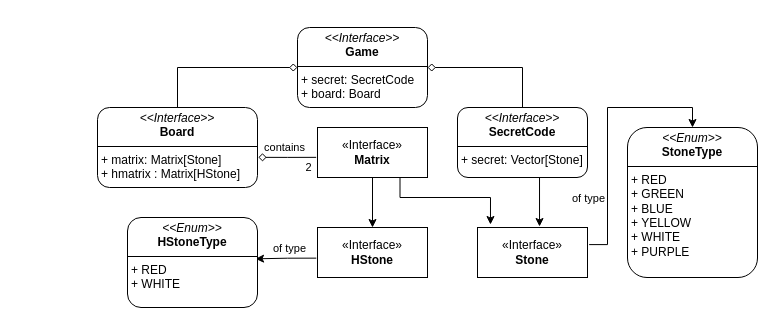
The draw.io diagram page "Pagina-1" (1 of 2) of mastermind.drawio in Totti00/PPS-22-mastermind, before the edit. Source tidied: cells renumbered, new cells numbered last; positions are measured from the earlier drawing's top-left corner, leaving out a move shared by most shapes. Both pictures are drawn from the tidied source at 100%, with x=0, y=0 at pixel (97, 27).
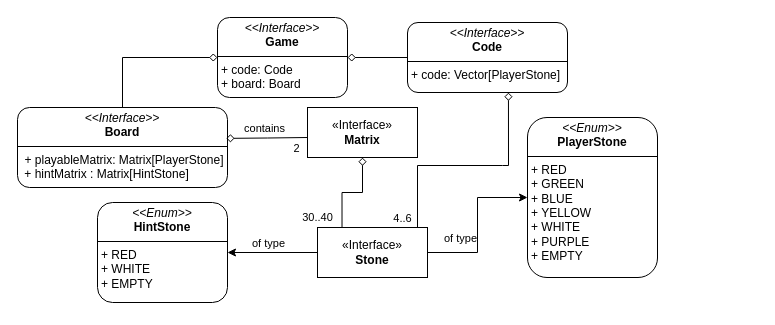
The same diagram, later.

Change to the diagram source:
```diff
@@
-    <mxCell id="2" value="&lt;p style=&quot;margin:0px;margin-top:4px;text-align:center;&quot;&gt;&lt;i&gt;&amp;lt;&amp;lt;Interface&amp;gt;&amp;gt;&lt;/i&gt;&lt;br&gt;&lt;b&gt;Game&lt;/b&gt;&lt;/p&gt;&lt;hr size=&quot;1&quot; style=&quot;border-style:solid;&quot;&gt;&lt;p style=&quot;margin:0px;margin-left:4px;&quot;&gt;+ secret: SecretCode&lt;br&gt;+ board: Board&lt;/p&gt;" style="verticalAlign=top;align=left;overflow=fill;html=1;whiteSpace=wrap;rounded=1;" parent="1" vertex="1">
-      <mxGeometry x="200" width="130" height="80" as="geometry" />
+    <mxCell id="2" value="&lt;p style=&quot;margin:0px;margin-top:4px;text-align:center;&quot;&gt;&lt;i&gt;&amp;lt;&amp;lt;Interface&amp;gt;&amp;gt;&lt;/i&gt;&lt;br&gt;&lt;b&gt;Game&lt;/b&gt;&lt;/p&gt;&lt;hr size=&quot;1&quot; style=&quot;border-style:solid;&quot;&gt;&lt;p style=&quot;margin:0px;margin-left:4px;&quot;&gt;+ code: Code&lt;br&gt;+ board: Board&lt;/p&gt;" style="verticalAlign=top;align=left;overflow=fill;html=1;whiteSpace=wrap;rounded=1;" parent="1" vertex="1">
+      <mxGeometry x="120" y="-10" width="130" height="80" as="geometry" />
     </mxCell>
-    <mxCell id="3" style="edgeStyle=orthogonalEdgeStyle;rounded=0;jettySize=auto;html=1;exitX=0.5;exitY=0;exitDx=0;exitDy=0;entryX=1;entryY=0.5;entryDx=0;entryDy=0;endArrow=diamond;endFill=0;" parent="1" edge="1" source="4" target="2">
+    <mxCell id="3" style="edgeStyle=orthogonalEdgeStyle;rounded=0;jettySize=auto;html=1;exitX=0;exitY=0.5;exitDx=0;exitDy=0;entryX=1;entryY=0.5;entryDx=0;entryDy=0;endArrow=diamond;endFill=0;" parent="1" edge="1" source="4" target="2">
       <mxGeometry relative="1" as="geometry" />
     </mxCell>
-    <mxCell id="4" value="&lt;p style=&quot;margin:0px;margin-top:4px;text-align:center;&quot;&gt;&lt;i&gt;&amp;lt;&amp;lt;Interface&amp;gt;&amp;gt;&lt;/i&gt;&lt;br&gt;&lt;b&gt;SecretCode&lt;/b&gt;&lt;/p&gt;&lt;hr size=&quot;1&quot; style=&quot;border-style:solid;&quot;&gt;&lt;p style=&quot;margin:0px;margin-left:4px;&quot;&gt;+ secret: Vector[Stone]&lt;br&gt;&lt;/p&gt;" style="verticalAlign=top;align=left;overflow=fill;html=1;whiteSpace=wrap;rounded=1;" parent="1" vertex="1">
-      <mxGeometry x="360" y="80" width="130" height="70" as="geometry" />
+    <mxCell id="4" value="&lt;p style=&quot;margin:0px;margin-top:4px;text-align:center;&quot;&gt;&lt;i&gt;&amp;lt;&amp;lt;Interface&amp;gt;&amp;gt;&lt;/i&gt;&lt;br&gt;&lt;b&gt;Code&lt;/b&gt;&lt;/p&gt;&lt;hr size=&quot;1&quot; style=&quot;border-style:solid;&quot;&gt;&lt;p style=&quot;margin:0px;margin-left:4px;&quot;&gt;+ code: Vector[PlayerStone]&lt;br&gt;&lt;/p&gt;" style="verticalAlign=top;align=left;overflow=fill;html=1;whiteSpace=wrap;rounded=1;" parent="1" vertex="1">
+      <mxGeometry x="310" y="-5" width="160" height="70" as="geometry" />
     </mxCell>
@@
-    <mxCell id="6" value="&lt;p style=&quot;margin:0px;margin-top:4px;text-align:center;&quot;&gt;&lt;i&gt;&amp;lt;&amp;lt;Interface&amp;gt;&amp;gt;&lt;/i&gt;&lt;br&gt;&lt;b&gt;Board&lt;/b&gt;&lt;/p&gt;&lt;hr size=&quot;1&quot; style=&quot;border-style:solid;&quot;&gt;&lt;p style=&quot;margin:0px;margin-left:4px;&quot;&gt;+ matrix: Matrix[Stone]&lt;br&gt;&lt;/p&gt;&lt;p style=&quot;margin:0px;margin-left:4px;&quot;&gt;+ hmatrix : Matrix[HStone]&lt;/p&gt;" style="verticalAlign=top;align=left;overflow=fill;html=1;whiteSpace=wrap;rounded=1;" parent="1" vertex="1">
-      <mxGeometry y="80" width="160" height="80" as="geometry" />
+    <mxCell id="6" value="&lt;p style=&quot;margin:0px;margin-top:4px;text-align:center;&quot;&gt;&lt;i&gt;&amp;lt;&amp;lt;Interface&amp;gt;&amp;gt;&lt;/i&gt;&lt;br&gt;&lt;b&gt;Board&lt;/b&gt;&lt;/p&gt;&lt;hr size=&quot;1&quot; style=&quot;border-style:solid;&quot;&gt;&lt;p style=&quot;text-align: center; margin: 0px 0px 0px 4px;&quot;&gt;+ playableMatrix: Matrix[PlayerStone]&lt;br&gt;&lt;/p&gt;&lt;p style=&quot;margin:0px;margin-left:4px;&quot;&gt;&amp;nbsp;+ hintMatrix : Matrix[HintStone]&lt;/p&gt;" style="verticalAlign=top;align=left;overflow=fill;html=1;whiteSpace=wrap;rounded=1;" parent="1" vertex="1">
+      <mxGeometry x="-80" y="80" width="210" height="80" as="geometry" />
     </mxCell>
-    <mxCell id="7" style="edgeStyle=orthogonalEdgeStyle;rounded=0;jettySize=auto;html=1;exitX=0.5;exitY=1;exitDx=0;exitDy=0;entryX=0.5;entryY=0;entryDx=0;entryDy=0;" parent="1" edge="1" source="9" target="12">
-      <mxGeometry relative="1" as="geometry">
-        <Array as="points">
-          <mxPoint x="275" y="150" />
-          <mxPoint x="275" y="230" />
-        </Array>
-      </mxGeometry>
-    </mxCell>
-    <mxCell id="8" style="edgeStyle=orthogonalEdgeStyle;rounded=0;jettySize=auto;html=1;exitX=0.75;exitY=1;exitDx=0;exitDy=0;entryX=0.118;entryY=-0.06;entryDx=0;entryDy=0;entryPerimeter=0;" parent="1" edge="1" source="9" target="15">
-      <mxGeometry relative="1" as="geometry">
-        <Array as="points">
-          <mxPoint x="303" y="170" />
-          <mxPoint x="393" y="170" />
-        </Array>
-      </mxGeometry>
-    </mxCell>
     <mxCell id="9" value="«Interface»&lt;br&gt;&lt;b&gt;Matrix&lt;/b&gt;" style="html=1;whiteSpace=wrap;" parent="1" vertex="1">
-      <mxGeometry x="220" y="100" width="110" height="50" as="geometry" />
+      <mxGeometry x="210" y="80" width="110" height="50" as="geometry" />
     </mxCell>
-    <mxCell id="10" style="edgeStyle=orthogonalEdgeStyle;rounded=0;jettySize=auto;html=1;exitX=-0.011;exitY=0.613;exitDx=0;exitDy=0;entryX=0.985;entryY=0.459;entryDx=0;entryDy=0;entryPerimeter=0;exitPerimeter=0;" parent="1" edge="1" source="12" target="16">
-      <mxGeometry relative="1" as="geometry" />
-    </mxCell>
-    <mxCell id="11" value="of type" style="edgeLabel;html=1;align=center;verticalAlign=middle;" parent="10" vertex="1">
-      <mxGeometry x="0.08" relative="1" as="geometry">
-        <mxPoint x="5" y="-11" as="offset" />
-      </mxGeometry>
-    </mxCell>
-    <mxCell id="12" value="«Interface»&lt;br&gt;&lt;b&gt;HStone&lt;/b&gt;" style="html=1;whiteSpace=wrap;" parent="1" vertex="1">
-      <mxGeometry x="220" y="200" width="110" height="50" as="geometry" />
-    </mxCell>
-    <mxCell id="13" style="edgeStyle=orthogonalEdgeStyle;rounded=0;jettySize=auto;html=1;exitX=1.015;exitY=0.342;exitDx=0;exitDy=0;entryX=0.5;entryY=0;entryDx=0;entryDy=0;exitPerimeter=0;" parent="1" edge="1" source="15" target="17">
+    <mxCell id="13" style="edgeStyle=orthogonalEdgeStyle;rounded=0;jettySize=auto;html=1;exitX=1;exitY=0.5;exitDx=0;exitDy=0;entryX=0;entryY=0.5;entryDx=0;entryDy=0;" parent="1" edge="1" source="15" target="17">
       <mxGeometry relative="1" as="geometry" />
     </mxCell>
-    <mxCell id="14" value="of type" style="edgeLabel;html=1;align=center;verticalAlign=middle;" parent="13" vertex="1">
-      <mxGeometry x="-0.16" relative="1" as="geometry">
-        <mxPoint x="-20" y="44" as="offset" />
-      </mxGeometry>
-    </mxCell>
+    <mxCell id="22" value="of type" style="edgeLabel;html=1;align=center;verticalAlign=middle;" parent="13" vertex="1">
+      <mxGeometry x="-0.59" y="1" relative="1" as="geometry">
+        <mxPoint y="-14" as="offset" />
+      </mxGeometry>
+    </mxCell>
     <mxCell id="15" value="«Interface»&lt;br&gt;&lt;b&gt;Stone&lt;/b&gt;" style="html=1;whiteSpace=wrap;" parent="1" vertex="1">
-      <mxGeometry x="380" y="200" width="110" height="50" as="geometry" />
+      <mxGeometry x="220" y="200" width="110" height="50" as="geometry" />
     </mxCell>
-    <mxCell id="16" value="&lt;p style=&quot;margin:0px;margin-top:4px;text-align:center;&quot;&gt;&lt;i&gt;&amp;lt;&amp;lt;Enum&amp;gt;&amp;gt;&lt;/i&gt;&lt;br&gt;&lt;b&gt;HStoneType&lt;/b&gt;&lt;/p&gt;&lt;hr size=&quot;1&quot; style=&quot;border-style:solid;&quot;&gt;&lt;p style=&quot;margin:0px;margin-left:4px;&quot;&gt;+ RED&lt;/p&gt;&lt;p style=&quot;margin:0px;margin-left:4px;&quot;&gt;+ WHITE&lt;/p&gt;" style="verticalAlign=top;align=left;overflow=fill;html=1;whiteSpace=wrap;rounded=1;" parent="1" vertex="1">
-      <mxGeometry x="30" y="190" width="130" height="90" as="geometry" />
+    <mxCell id="16" value="&lt;p style=&quot;margin:0px;margin-top:4px;text-align:center;&quot;&gt;&lt;i&gt;&amp;lt;&amp;lt;Enum&amp;gt;&amp;gt;&lt;/i&gt;&lt;br&gt;&lt;b&gt;HintStone&lt;/b&gt;&lt;/p&gt;&lt;hr size=&quot;1&quot; style=&quot;border-style:solid;&quot;&gt;&lt;p style=&quot;margin:0px;margin-left:4px;&quot;&gt;+ RED&lt;/p&gt;&lt;p style=&quot;margin:0px;margin-left:4px;&quot;&gt;+ WHITE&lt;/p&gt;&lt;p style=&quot;margin:0px;margin-left:4px;&quot;&gt;+ EMPTY&lt;/p&gt;" style="verticalAlign=top;align=left;overflow=fill;html=1;whiteSpace=wrap;rounded=1;" parent="1" vertex="1">
+      <mxGeometry y="175" width="130" height="100" as="geometry" />
     </mxCell>
-    <mxCell id="17" value="&lt;p style=&quot;margin:0px;margin-top:4px;text-align:center;&quot;&gt;&lt;i&gt;&amp;lt;&amp;lt;Enum&amp;gt;&amp;gt;&lt;/i&gt;&lt;br&gt;&lt;b&gt;StoneType&lt;/b&gt;&lt;/p&gt;&lt;hr size=&quot;1&quot; style=&quot;border-style:solid;&quot;&gt;&lt;p style=&quot;margin:0px;margin-left:4px;&quot;&gt;+ RED&lt;/p&gt;&lt;p style=&quot;margin:0px;margin-left:4px;&quot;&gt;+ GREEN&lt;/p&gt;&lt;p style=&quot;margin:0px;margin-left:4px;&quot;&gt;+ BLUE&lt;/p&gt;&lt;p style=&quot;margin:0px;margin-left:4px;&quot;&gt;+ YELLOW&lt;/p&gt;&lt;p style=&quot;margin:0px;margin-left:4px;&quot;&gt;+ WHITE&lt;/p&gt;&lt;p style=&quot;margin:0px;margin-left:4px;&quot;&gt;+ PURPLE&lt;/p&gt;" style="verticalAlign=top;align=left;overflow=fill;html=1;whiteSpace=wrap;rounded=1;" parent="1" vertex="1">
-      <mxGeometry x="530" y="100" width="130" height="150" as="geometry" />
+    <mxCell id="17" value="&lt;p style=&quot;margin:0px;margin-top:4px;text-align:center;&quot;&gt;&lt;i&gt;&amp;lt;&amp;lt;Enum&amp;gt;&amp;gt;&lt;/i&gt;&lt;br&gt;&lt;b&gt;PlayerStone&lt;/b&gt;&lt;/p&gt;&lt;hr size=&quot;1&quot; style=&quot;border-style:solid;&quot;&gt;&lt;p style=&quot;margin:0px;margin-left:4px;&quot;&gt;+ RED&lt;/p&gt;&lt;p style=&quot;margin:0px;margin-left:4px;&quot;&gt;+ GREEN&lt;/p&gt;&lt;p style=&quot;margin:0px;margin-left:4px;&quot;&gt;+ BLUE&lt;/p&gt;&lt;p style=&quot;margin:0px;margin-left:4px;&quot;&gt;+ YELLOW&lt;/p&gt;&lt;p style=&quot;margin:0px;margin-left:4px;&quot;&gt;+ WHITE&lt;/p&gt;&lt;p style=&quot;margin:0px;margin-left:4px;&quot;&gt;+ PURPLE&lt;/p&gt;&lt;p style=&quot;margin:0px;margin-left:4px;&quot;&gt;+ EMPTY&lt;/p&gt;" style="verticalAlign=top;align=left;overflow=fill;html=1;whiteSpace=wrap;rounded=1;" parent="1" vertex="1">
+      <mxGeometry x="430" y="90" width="130" height="160" as="geometry" />
     </mxCell>
-    <mxCell id="18" style="edgeStyle=orthogonalEdgeStyle;rounded=0;jettySize=auto;html=1;exitX=0.631;exitY=1;exitDx=0;exitDy=0;entryX=0.564;entryY=-0.02;entryDx=0;entryDy=0;entryPerimeter=0;exitPerimeter=0;" parent="1" edge="1" source="4" target="15">
-      <mxGeometry relative="1" as="geometry" />
+    <mxCell id="18" style="edgeStyle=orthogonalEdgeStyle;rounded=0;jettySize=auto;html=1;exitX=0.631;exitY=1;exitDx=0;exitDy=0;exitPerimeter=0;endArrow=none;startFill=0;startArrow=diamond;" parent="1" edge="1" source="4">
+      <mxGeometry relative="1" as="geometry">
+        <mxPoint x="320" y="200" as="targetPoint" />
+        <Array as="points">
+          <mxPoint x="405" y="138" />
+          <mxPoint x="320" y="138" />
+          <mxPoint x="320" y="200" />
+        </Array>
+      </mxGeometry>
     </mxCell>
+    <mxCell id="23" value="4..6" style="edgeLabel;html=1;align=center;verticalAlign=middle;" parent="18" vertex="1">
+      <mxGeometry x="0.92" y="1" relative="1" as="geometry">
+        <mxPoint x="-17" as="offset" />
+      </mxGeometry>
+    </mxCell>
-    <mxCell id="19" style="edgeStyle=orthogonalEdgeStyle;rounded=0;jettySize=auto;html=1;entryX=1.005;entryY=0.623;entryDx=0;entryDy=0;entryPerimeter=0;exitX=-0.012;exitY=0.597;exitDx=0;exitDy=0;exitPerimeter=0;endArrow=diamond;endFill=0;" parent="1" edge="1" source="9" target="6">
-      <mxGeometry relative="1" as="geometry" />
+    <mxCell id="19" style="edgeStyle=orthogonalEdgeStyle;rounded=0;jettySize=auto;html=1;entryX=0.994;entryY=0.386;entryDx=0;entryDy=0;entryPerimeter=0;endArrow=diamond;endFill=0;" parent="1" edge="1" target="6">
+      <mxGeometry relative="1" as="geometry">
+        <mxPoint x="210" y="110" as="sourcePoint" />
+      </mxGeometry>
     </mxCell>
     <mxCell id="20" value="contains" style="edgeLabel;html=1;align=center;verticalAlign=middle;" parent="19" vertex="1">
       <mxGeometry x="0.28" y="-2" relative="1" as="geometry">
-        <mxPoint x="5" y="-8" as="offset" />
+        <mxPoint x="8" y="-8" as="offset" />
       </mxGeometry>
     </mxCell>
@@
+    <mxCell id="8" style="edgeStyle=orthogonalEdgeStyle;rounded=0;jettySize=auto;html=1;exitX=0.5;exitY=1;exitDx=0;exitDy=0;entryX=0.223;entryY=0.001;entryDx=0;entryDy=0;entryPerimeter=0;endArrow=none;startFill=0;startArrow=diamond;" parent="1" edge="1" source="9" target="15">
+      <mxGeometry relative="1" as="geometry" />
+    </mxCell>
+    <mxCell id="24" value="30..40" style="edgeLabel;html=1;align=center;verticalAlign=middle;" parent="8" vertex="1">
+      <mxGeometry x="0.73" relative="1" as="geometry">
+        <mxPoint x="-25" y="2" as="offset" />
+      </mxGeometry>
+    </mxCell>
+    <mxCell id="25" style="edgeStyle=orthogonalEdgeStyle;rounded=0;jettySize=auto;html=1;exitX=0;exitY=0.5;exitDx=0;exitDy=0;entryX=1;entryY=0.5;entryDx=0;entryDy=0;" parent="1" edge="1" source="15" target="16">
+      <mxGeometry relative="1" as="geometry" />
+    </mxCell>
+    <mxCell id="26" value="of type" style="edgeLabel;html=1;align=center;verticalAlign=middle;" parent="25" vertex="1">
+      <mxGeometry x="0.06" y="-1" relative="1" as="geometry">
+        <mxPoint x="-2" y="-9" as="offset" />
+      </mxGeometry>
+    </mxCell>
```
